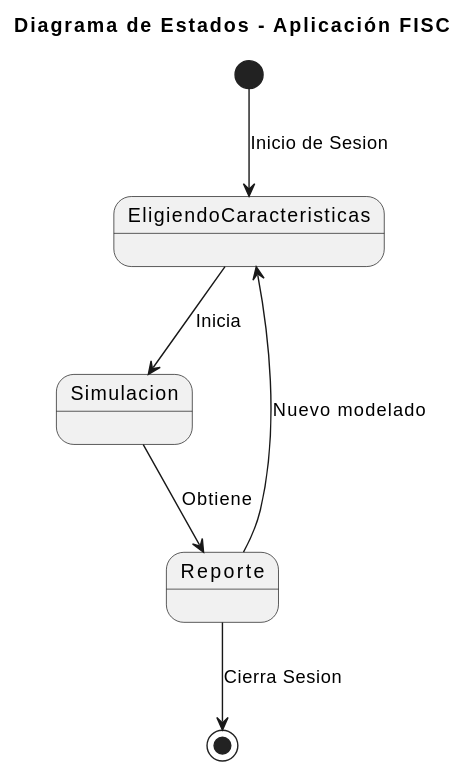
The PlantUML diagram imagenes/modelosUML/diagramaEstados.svg in mmasias/23-24-IdSw1-SDR, before a commit.
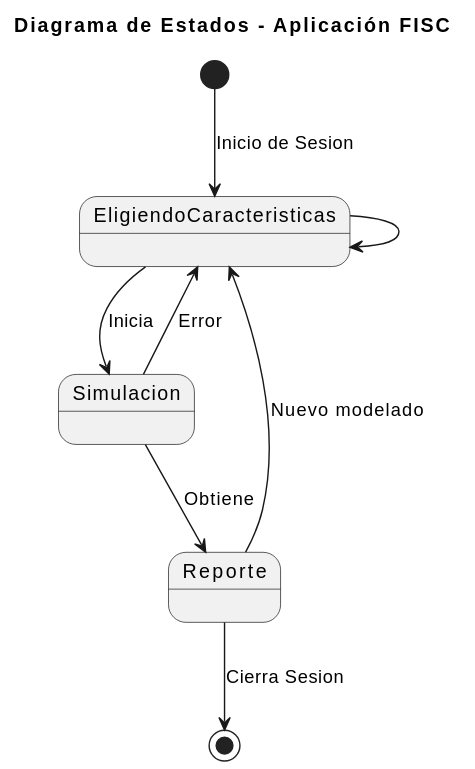
The same file after the commit.

Commit message:
readme casos de uso, y arreglo de diagrama de estados

Diff of the diagram source:
```diff
@@ -6,4 +6,7 @@
 Simulacion --> Reporte : Obtiene
 Reporte --> EligiendoCaracteristicas : Nuevo modelado
 Reporte --> [*] : Cierra Sesion
+
+EligiendoCaracteristicas --> EligiendoCaracteristicas
+Simulacion --> EligiendoCaracteristicas : Error
 @enduml
```
